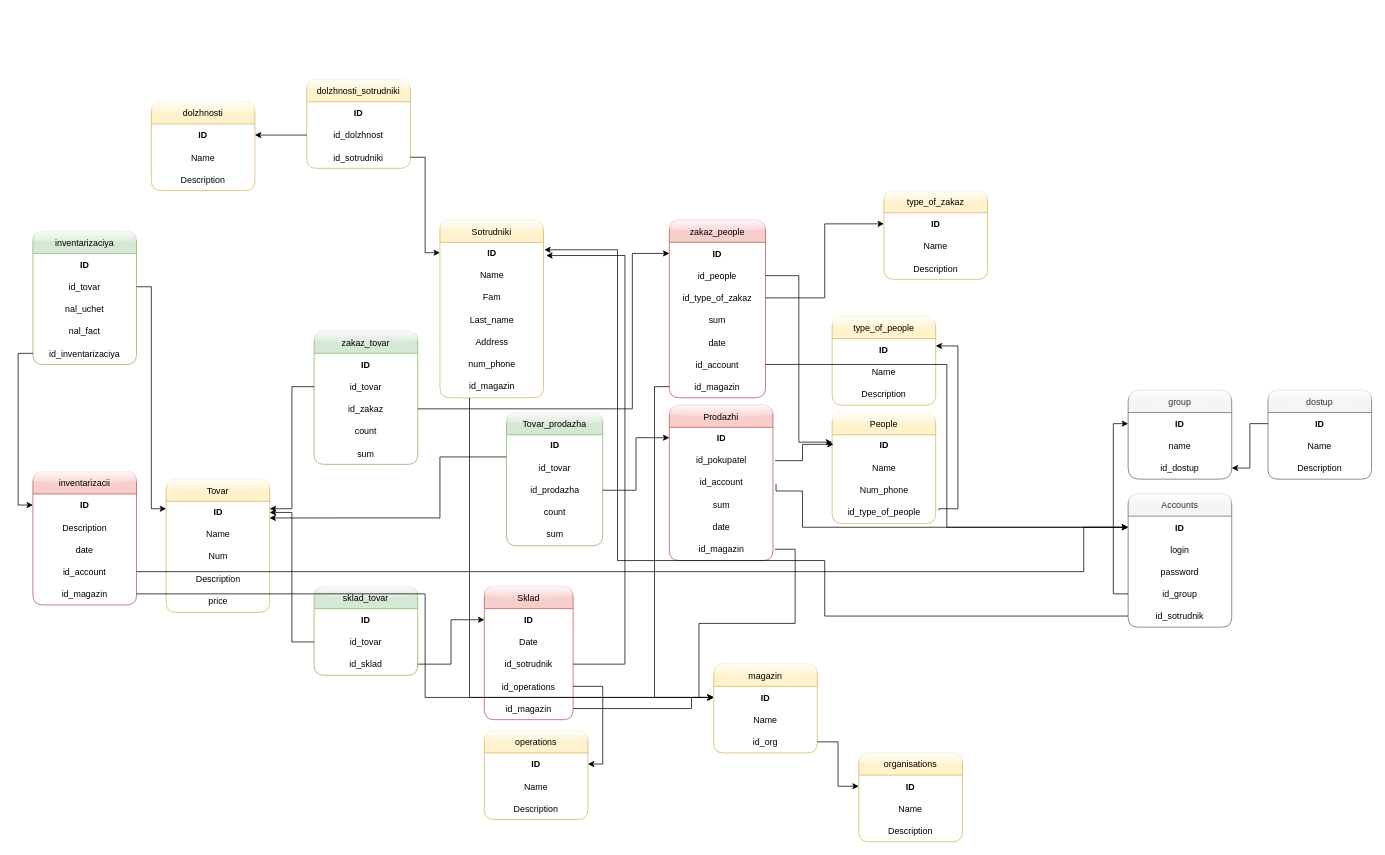
This is Диаграмма без названия.drawio from OGdanik/db_diagrams, a draw.io file, before an edit. Source tidied: cells renumbered, new cells numbered last; positions are measured from the earlier drawing's top-left corner, leaving out a move shared by most shapes. Both pictures are drawn from the tidied source at 74%, with x=0, y=0 at pixel (33, 79).
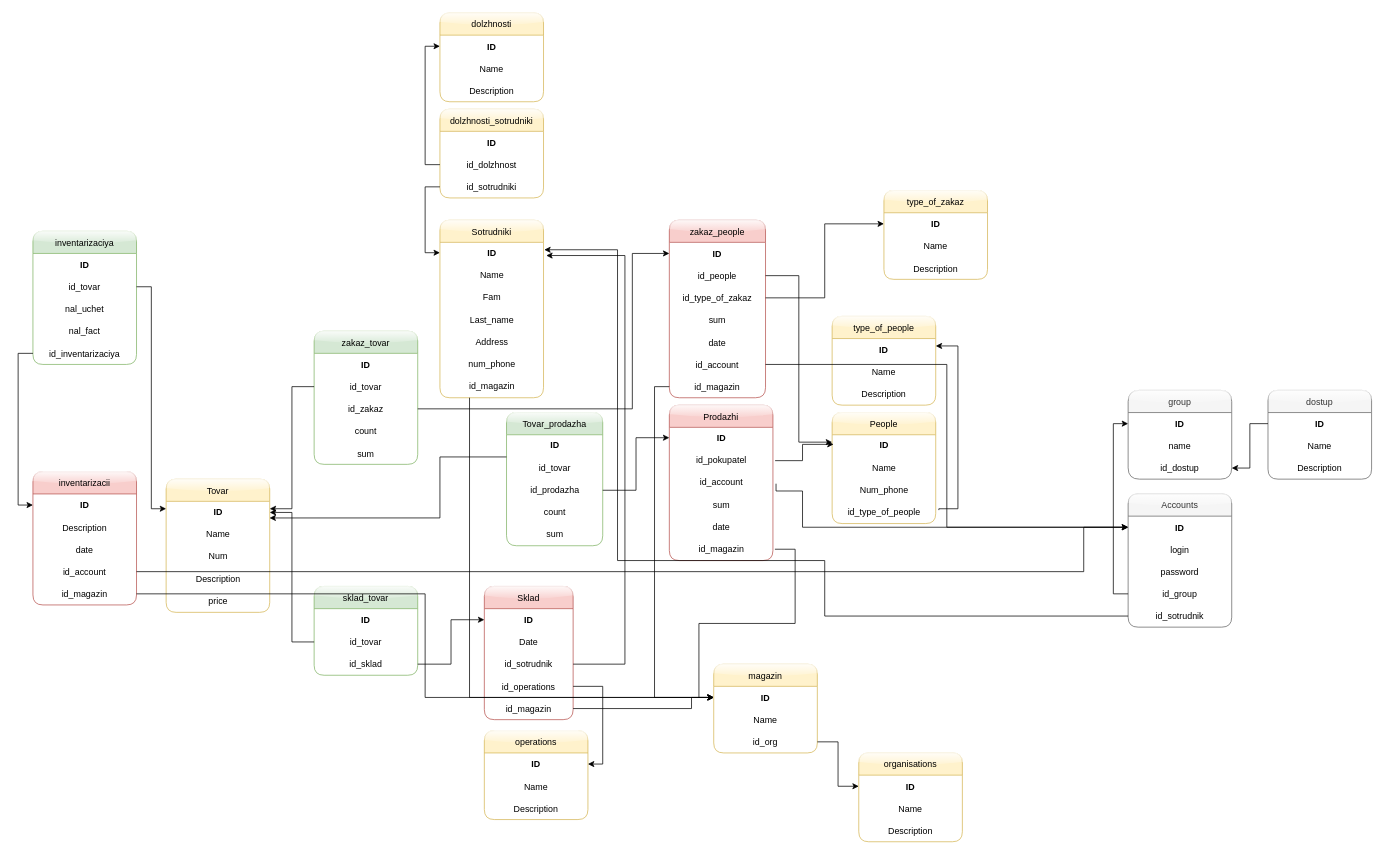
After the change.

Unchanged cells that the change refers to:
```xml
<mxCell id="31" value="&lt;div align=&quot;center&quot;&gt;&lt;b&gt;ID&lt;/b&gt;&lt;/div&gt;" style="text;html=1;align=center;verticalAlign=middle;points=[];strokeColor=none;fillColor=none;" parent="30" vertex="1">
  <mxGeometry y="30" width="140" height="30" as="geometry" />
</mxCell>
<mxCell id="39" value="ID" style="text;strokeColor=none;fillColor=none;align=center;verticalAlign=middle;spacingLeft=4;spacingRight=4;overflow=hidden;points=[[0,0.5],[1,0.5]];portConstraint=eastwest;rounded=1;shadow=0;glass=1;sketch=0;fontStyle=1;" parent="38" vertex="1">
  <mxGeometry y="30" width="140" height="30" as="geometry" />
</mxCell>
<mxCell id="44" value="id_dolzhnost" style="text;strokeColor=none;fillColor=none;align=center;verticalAlign=middle;spacingLeft=4;spacingRight=4;overflow=hidden;points=[[0,0.5],[1,0.5]];portConstraint=eastwest;rounded=1;shadow=0;glass=1;sketch=0;fontStyle=0;" parent="42" vertex="1">
  <mxGeometry y="60" width="140" height="30" as="geometry" />
</mxCell>
<mxCell id="45" value="id_sotrudniki" style="text;strokeColor=none;fillColor=none;align=center;verticalAlign=middle;spacingLeft=4;spacingRight=4;overflow=hidden;points=[[0,0.5],[1,0.5]];portConstraint=eastwest;rounded=1;shadow=0;glass=1;sketch=0;fontStyle=0;" parent="42" vertex="1">
  <mxGeometry y="90" width="140" height="30" as="geometry" />
</mxCell>
```

Diff of the diagram source:
```diff
@@
     <mxCell id="38" value="dolzhnosti" style="swimlane;fontStyle=0;horizontal=1;startSize=30;rounded=1;shadow=0;glass=1;sketch=0;gradientColor=none;fillColor=#fff2cc;strokeColor=#d6b656;swimlaneFillColor=default;" parent="1" vertex="1">
-      <mxGeometry x="160" y="30" width="140" height="120" as="geometry" />
+      <mxGeometry x="550" y="-90" width="140" height="120" as="geometry" />
     </mxCell>
@@
     <mxCell id="42" value="dolzhnosti_sotrudniki" style="swimlane;fontStyle=0;horizontal=1;startSize=30;rounded=1;shadow=0;glass=1;sketch=0;gradientColor=none;fillColor=#fff2cc;strokeColor=#d6b656;swimlaneFillColor=default;" parent="1" vertex="1">
-      <mxGeometry x="370" width="140" height="120" as="geometry" />
+      <mxGeometry x="550" y="40" width="140" height="120" as="geometry" />
     </mxCell>
@@
-    <mxCell id="46" style="edgeStyle=orthogonalEdgeStyle;rounded=0;jettySize=auto;html=1;exitX=0;exitY=0.5;exitDx=0;exitDy=0;entryX=1;entryY=0.5;entryDx=0;entryDy=0;" parent="1" edge="1" source="44" target="39">
+    <mxCell id="46" style="edgeStyle=orthogonalEdgeStyle;rounded=0;jettySize=auto;html=1;exitX=0;exitY=0.5;exitDx=0;exitDy=0;entryX=0;entryY=0.5;entryDx=0;entryDy=0;" parent="1" edge="1" source="44" target="39">
       <mxGeometry relative="1" as="geometry" />
     </mxCell>
-    <mxCell id="47" style="edgeStyle=orthogonalEdgeStyle;rounded=0;jettySize=auto;html=1;exitX=1;exitY=0.5;exitDx=0;exitDy=0;entryX=0;entryY=0.467;entryDx=0;entryDy=0;entryPerimeter=0;" parent="1" edge="1" source="45" target="31">
+    <mxCell id="47" style="edgeStyle=orthogonalEdgeStyle;rounded=0;jettySize=auto;html=1;exitX=0;exitY=0.5;exitDx=0;exitDy=0;entryX=0;entryY=0.467;entryDx=0;entryDy=0;entryPerimeter=0;" parent="1" edge="1" source="45" target="31">
       <mxGeometry relative="1" as="geometry" />
     </mxCell>
```
